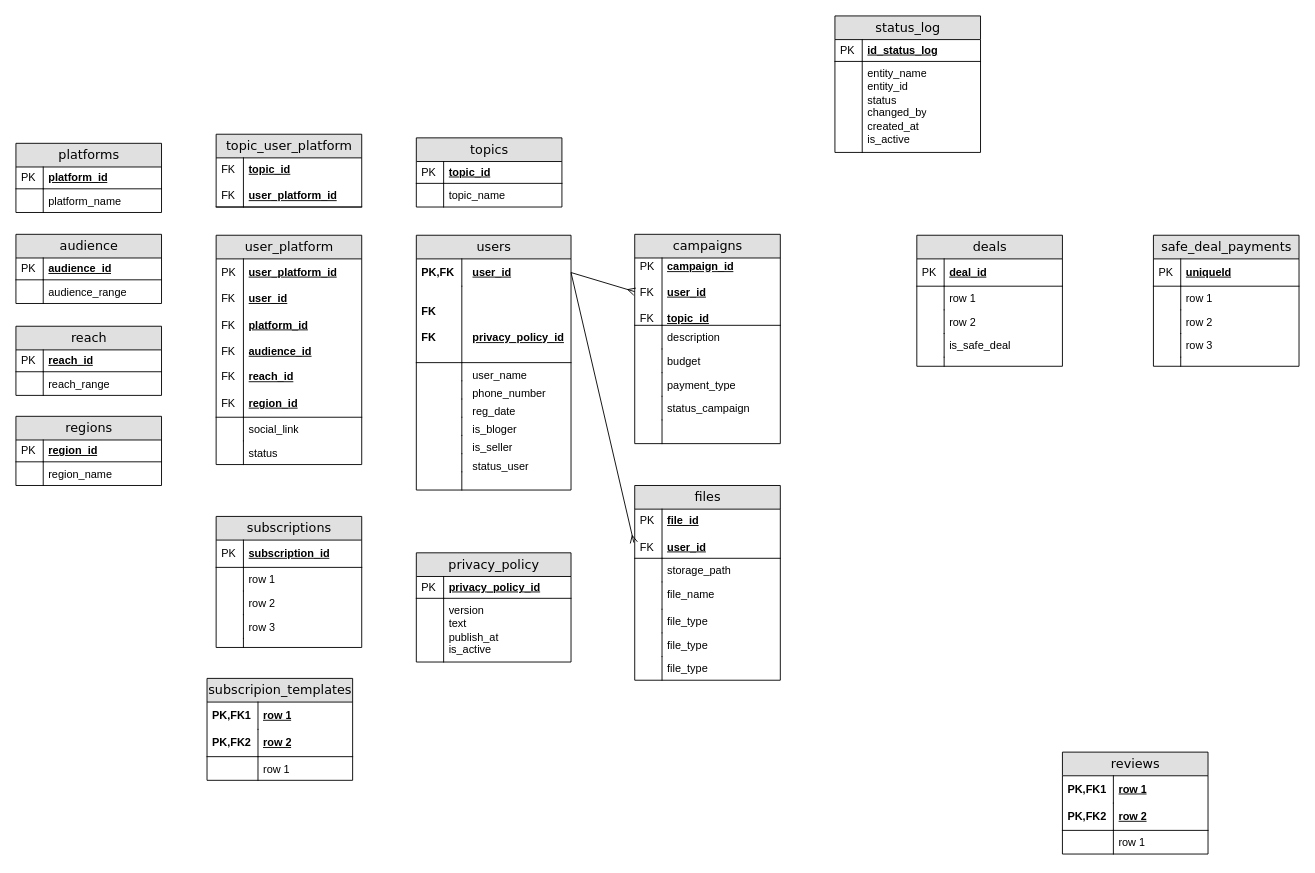
Before: diagrams/erd.drawio.xml in NadezdaHope19/practice, a draw.io diagram. Source tidied: cells renumbered, new cells numbered last; positions are measured from the earlier drawing's top-left corner, leaving out a move shared by most shapes. Both pictures are drawn from the tidied source at 91%, with x=0, y=0 at pixel (15, 15).
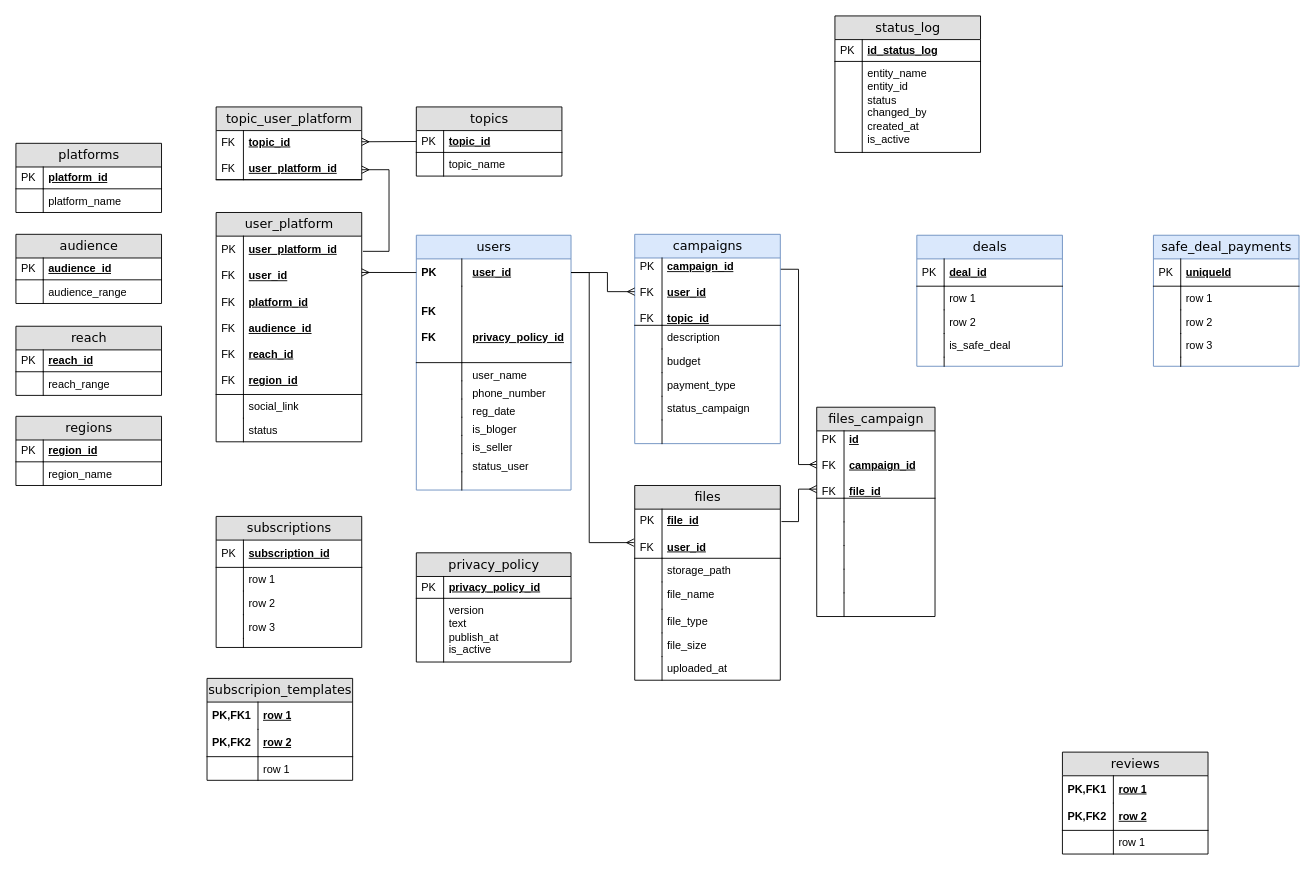
The same diagram, later.

Unchanged cells that the change refers to:
```xml
<mxCell id="3" value="user_id" style="shape=partialRectangle;top=0;left=0;right=0;bottom=0;html=1;align=left;verticalAlign=middle;fillColor=none;spacingLeft=60;spacingRight=4;whiteSpace=wrap;overflow=hidden;points=[[0,0.5],[1,0.5]];portConstraint=eastwest;fontStyle=5;" parent="2" vertex="1">
  <mxGeometry y="26" width="170" height="30" as="geometry" />
</mxCell>
<mxCell id="22" value="campaign_id&lt;div&gt;&lt;br&gt;&lt;/div&gt;&lt;div&gt;user_id&lt;/div&gt;&lt;div&gt;&lt;br&gt;&lt;/div&gt;&lt;div&gt;topic_id&lt;/div&gt;" style="shape=partialRectangle;top=0;left=0;right=0;bottom=1;html=1;align=left;verticalAlign=middle;fillColor=none;spacingLeft=34;spacingRight=4;whiteSpace=wrap;overflow=hidden;points=[[0,0.5],[1,0.5]];portConstraint=eastwest;fontStyle=5;" parent="21" vertex="1">
  <mxGeometry y="26" width="160" height="74" as="geometry" />
</mxCell>
<mxCell id="81" value="files" style="swimlane;html=1;fontStyle=0;horizontal=1;startSize=26;fillColor=#e0e0e0;swimlaneFillColor=#ffffff;align=center;rounded=0;shadow=0;comic=0;labelBackgroundColor=none;strokeWidth=1;fontFamily=Verdana;fontSize=14;" parent="1" vertex="1">
  <mxGeometry x="680" y="516" width="160" height="214" as="geometry" />
</mxCell>
<mxCell id="82" value="file_id&lt;div&gt;&lt;br&gt;&lt;/div&gt;&lt;div&gt;user_id&lt;/div&gt;" style="shape=partialRectangle;top=0;left=0;right=0;bottom=1;html=1;align=left;verticalAlign=middle;fillColor=none;spacingLeft=34;spacingRight=4;whiteSpace=wrap;overflow=hidden;points=[[0,0.5],[1,0.5]];portConstraint=eastwest;fontStyle=5;" parent="81" vertex="1">
  <mxGeometry y="26" width="160" height="54" as="geometry" />
</mxCell>
<mxCell id="97" value="topic_id" style="shape=partialRectangle;top=0;left=0;right=0;bottom=1;html=1;align=left;verticalAlign=middle;fillColor=none;spacingLeft=34;spacingRight=4;whiteSpace=wrap;overflow=hidden;points=[[0,0.5],[1,0.5]];portConstraint=eastwest;fontStyle=5;" parent="96" vertex="1">
  <mxGeometry y="26" width="160" height="24" as="geometry" />
</mxCell>
<mxCell id="107" value="&lt;div&gt;&lt;span style=&quot;background-color: transparent; color: light-dark(rgb(0, 0, 0), rgb(255, 255, 255));&quot;&gt;user_platform_id&lt;/span&gt;&lt;/div&gt;&lt;div&gt;&lt;br&gt;&lt;/div&gt;user_id&lt;div&gt;&lt;br&gt;&lt;div&gt;platform_id&lt;/div&gt;&lt;/div&gt;&lt;div&gt;&lt;br&gt;&lt;/div&gt;&lt;div&gt;audience_id&lt;/div&gt;&lt;div&gt;&lt;br&gt;&lt;/div&gt;&lt;div&gt;reach_id&lt;/div&gt;&lt;div&gt;&lt;br&gt;&lt;/div&gt;&lt;div&gt;region_id&lt;/div&gt;" style="shape=partialRectangle;top=0;left=0;right=0;bottom=1;html=1;align=left;verticalAlign=middle;fillColor=none;spacingLeft=34;spacingRight=4;whiteSpace=wrap;overflow=hidden;points=[[0,0.5],[1,0.5]];portConstraint=eastwest;fontStyle=5;" parent="106" vertex="1">
  <mxGeometry y="26" width="160" height="174" as="geometry" />
</mxCell>
```

The edit, as a diff of the source:
```diff
@@
-    <mxCell id="2" value="users" style="swimlane;html=1;fontStyle=0;horizontal=1;startSize=26;fillColor=#e0e0e0;swimlaneFillColor=#ffffff;align=center;rounded=0;shadow=0;comic=0;labelBackgroundColor=none;strokeWidth=1;fontFamily=Verdana;fontSize=14;" parent="1" vertex="1">
+    <mxCell id="2" value="users" style="swimlane;html=1;fontStyle=0;horizontal=1;startSize=26;fillColor=#dae8fc;swimlaneFillColor=#ffffff;align=center;rounded=0;shadow=0;comic=0;labelBackgroundColor=none;strokeWidth=1;fontFamily=Verdana;fontSize=14;strokeColor=#6c8ebf;" parent="1" vertex="1">
       <mxGeometry x="440" y="241" width="170" height="280" as="geometry" />
     </mxCell>
@@
-    <mxCell id="4" value="PK,FK" style="shape=partialRectangle;fontStyle=1;top=0;left=0;bottom=0;html=1;fillColor=none;align=left;verticalAlign=middle;spacingLeft=4;spacingRight=4;whiteSpace=wrap;overflow=hidden;" parent="3" vertex="1">
+    <mxCell id="4" value="PK" style="shape=partialRectangle;fontStyle=1;top=0;left=0;bottom=0;html=1;fillColor=none;align=left;verticalAlign=middle;spacingLeft=4;spacingRight=4;whiteSpace=wrap;overflow=hidden;" parent="3" vertex="1">
       <mxGeometry width="50" height="30" as="geometry" />
     </mxCell>
@@
+    <mxCell id="141" style="edgeStyle=none;rounded=0;jettySize=auto;html=1;exitX=0.994;exitY=0.167;exitDx=0;exitDy=0;entryX=0;entryY=0.5;entryDx=0;entryDy=0;endArrow=ERmany;endFill=0;exitPerimeter=0;" parent="1" edge="1" source="22" target="143">
+      <mxGeometry relative="1" as="geometry">
+        <Array as="points">
+          <mxPoint x="860" y="278.4" />
+          <mxPoint x="860" y="493" />
+        </Array>
+      </mxGeometry>
+    </mxCell>
-    <mxCell id="21" value="campaigns" style="swimlane;html=1;fontStyle=0;horizontal=1;startSize=26;fillColor=#e0e0e0;swimlaneFillColor=#ffffff;align=center;rounded=0;shadow=0;comic=0;labelBackgroundColor=none;strokeWidth=1;fontFamily=Verdana;fontSize=14;swimlaneLine=1;" parent="1" vertex="1">
+    <mxCell id="21" value="campaigns" style="swimlane;html=1;fontStyle=0;horizontal=1;startSize=26;fillColor=#dae8fc;swimlaneFillColor=#ffffff;align=center;rounded=0;shadow=0;comic=0;labelBackgroundColor=none;strokeWidth=1;fontFamily=Verdana;fontSize=14;swimlaneLine=1;strokeColor=#6c8ebf;" parent="1" vertex="1">
       <mxGeometry x="680" y="240" width="160" height="230" as="geometry" />
     </mxCell>
@@
-    <mxCell id="34" value="safe_deal_payments" style="swimlane;html=1;fontStyle=0;horizontal=1;startSize=26;fillColor=#e0e0e0;swimlaneFillColor=#ffffff;align=center;rounded=0;shadow=0;comic=0;labelBackgroundColor=none;strokeWidth=1;fontFamily=Verdana;fontSize=14;" parent="1" vertex="1">
+    <mxCell id="34" value="safe_deal_payments" style="swimlane;html=1;fontStyle=0;horizontal=1;startSize=26;fillColor=#dae8fc;swimlaneFillColor=#ffffff;align=center;rounded=0;shadow=0;comic=0;labelBackgroundColor=none;strokeWidth=1;fontFamily=Verdana;fontSize=14;strokeColor=#6c8ebf;" parent="1" vertex="1">
       <mxGeometry x="1250" y="241" width="160" height="144" as="geometry" />
     </mxCell>
@@
-    <mxCell id="70" value="deals" style="swimlane;html=1;fontStyle=0;horizontal=1;startSize=26;fillColor=#e0e0e0;swimlaneFillColor=#ffffff;align=center;rounded=0;shadow=0;comic=0;labelBackgroundColor=none;strokeWidth=1;fontFamily=Verdana;fontSize=14;" parent="1" vertex="1">
+    <mxCell id="70" value="deals" style="swimlane;html=1;fontStyle=0;horizontal=1;startSize=26;fillColor=#dae8fc;swimlaneFillColor=#ffffff;align=center;rounded=0;shadow=0;comic=0;labelBackgroundColor=none;strokeWidth=1;fontFamily=Verdana;fontSize=14;strokeColor=#6c8ebf;" parent="1" vertex="1">
       <mxGeometry x="990" y="241" width="160" height="144" as="geometry" />
     </mxCell>
@@
-    <mxCell id="90" value="file_type" style="shape=partialRectangle;top=0;left=0;right=0;bottom=0;html=1;align=left;verticalAlign=top;fillColor=none;spacingLeft=34;spacingRight=4;whiteSpace=wrap;overflow=hidden;" parent="81" vertex="1">
+    <mxCell id="90" value="file_size" style="shape=partialRectangle;top=0;left=0;right=0;bottom=0;html=1;align=left;verticalAlign=top;fillColor=none;spacingLeft=34;spacingRight=4;whiteSpace=wrap;overflow=hidden;" parent="81" vertex="1">
       <mxGeometry y="162" width="160" height="26" as="geometry" />
     </mxCell>
@@
-    <mxCell id="92" value="file_type" style="shape=partialRectangle;top=0;left=0;right=0;bottom=0;html=1;align=left;verticalAlign=top;fillColor=none;spacingLeft=34;spacingRight=4;whiteSpace=wrap;overflow=hidden;" parent="81" vertex="1">
+    <mxCell id="92" value="uploaded_at" style="shape=partialRectangle;top=0;left=0;right=0;bottom=0;html=1;align=left;verticalAlign=top;fillColor=none;spacingLeft=34;spacingRight=4;whiteSpace=wrap;overflow=hidden;" parent="81" vertex="1">
       <mxGeometry y="188" width="160" height="26" as="geometry" />
     </mxCell>
@@
     <mxCell id="94" style="edgeStyle=none;rounded=0;jettySize=auto;html=1;exitX=-0.006;exitY=0.681;exitDx=0;exitDy=0;entryX=1;entryY=0.5;entryDx=0;entryDy=0;endArrow=none;endFill=0;startArrow=ERmany;startFill=0;exitPerimeter=0;" parent="1" edge="1" source="82" target="3">
-      <mxGeometry relative="1" as="geometry" />
+      <mxGeometry relative="1" as="geometry">
+        <Array as="points">
+          <mxPoint x="630" y="578.8" />
+          <mxPoint x="630" y="282" />
+        </Array>
+      </mxGeometry>
     </mxCell>
     <mxCell id="95" style="edgeStyle=none;rounded=0;jettySize=auto;html=1;exitX=1;exitY=0.5;exitDx=0;exitDy=0;entryX=0;entryY=0.5;entryDx=0;entryDy=0;endArrow=ERmany;endFill=0;startArrow=none;startFill=0;" parent="1" edge="1" source="3" target="22">
-      <mxGeometry relative="1" as="geometry" />
+      <mxGeometry relative="1" as="geometry">
+        <Array as="points">
+          <mxPoint x="650" y="282" />
+          <mxPoint x="650" y="303" />
+        </Array>
+      </mxGeometry>
     </mxCell>
     <mxCell id="96" value="topics" style="swimlane;html=1;fontStyle=0;horizontal=1;startSize=26;fillColor=#e0e0e0;swimlaneFillColor=#ffffff;align=center;rounded=0;shadow=0;comic=0;labelBackgroundColor=none;strokeWidth=1;fontFamily=Verdana;fontSize=14;swimlaneLine=1;" parent="1" vertex="1">
-      <mxGeometry x="440" y="134" width="160" height="76" as="geometry" />
+      <mxGeometry x="440" y="100" width="160" height="76" as="geometry" />
     </mxCell>
@@
     <mxCell id="106" value="user_platform" style="swimlane;html=1;fontStyle=0;horizontal=1;startSize=26;fillColor=#e0e0e0;swimlaneFillColor=#ffffff;align=center;rounded=0;shadow=0;comic=0;labelBackgroundColor=none;strokeWidth=1;fontFamily=Verdana;fontSize=14;" parent="1" vertex="1">
-      <mxGeometry x="220" y="241" width="160" height="252" as="geometry" />
+      <mxGeometry x="220" y="216" width="160" height="252" as="geometry" />
     </mxCell>
@@
     <mxCell id="128" value="topic_user_platform" style="swimlane;html=1;fontStyle=0;horizontal=1;startSize=26;fillColor=#e0e0e0;swimlaneFillColor=#ffffff;align=center;rounded=0;shadow=0;comic=0;labelBackgroundColor=none;strokeWidth=1;fontFamily=Verdana;fontSize=14;swimlaneLine=1;" parent="1" vertex="1">
-      <mxGeometry x="220" y="130" width="160" height="80" as="geometry" />
+      <mxGeometry x="220" y="100" width="160" height="80" as="geometry" />
     </mxCell>
@@
+    <mxCell id="142" value="files_campaign" style="swimlane;html=1;fontStyle=0;horizontal=1;startSize=26;fillColor=#e0e0e0;swimlaneFillColor=#ffffff;align=center;rounded=0;shadow=0;comic=0;labelBackgroundColor=none;strokeWidth=1;fontFamily=Verdana;fontSize=14;swimlaneLine=1;" parent="1" vertex="1">
+      <mxGeometry x="880" y="430" width="130" height="230" as="geometry" />
+    </mxCell>
+    <mxCell id="143" value="id&lt;div&gt;&lt;br&gt;&lt;/div&gt;&lt;div&gt;campaign_id&lt;/div&gt;&lt;div&gt;&lt;br&gt;&lt;/div&gt;&lt;div&gt;file_id&lt;/div&gt;" style="shape=partialRectangle;top=0;left=0;right=0;bottom=1;html=1;align=left;verticalAlign=middle;fillColor=none;spacingLeft=34;spacingRight=4;whiteSpace=wrap;overflow=hidden;points=[[0,0.5],[1,0.5]];portConstraint=eastwest;fontStyle=5;" parent="142" vertex="1">
+      <mxGeometry y="26" width="130" height="74" as="geometry" />
+    </mxCell>
+    <mxCell id="144" value="PK&lt;div&gt;&lt;br&gt;&lt;/div&gt;&lt;div&gt;FK&lt;/div&gt;&lt;div&gt;&lt;br&gt;&lt;/div&gt;&lt;div&gt;FK&lt;/div&gt;" style="shape=partialRectangle;top=0;left=0;bottom=0;html=1;fillColor=none;align=left;verticalAlign=middle;spacingLeft=4;spacingRight=4;whiteSpace=wrap;overflow=hidden;" parent="143" vertex="1">
+      <mxGeometry width="30" height="74" as="geometry" />
+    </mxCell>
+    <mxCell id="145" style="shape=partialRectangle;top=0;left=0;right=0;bottom=0;html=1;align=left;verticalAlign=top;fillColor=none;spacingLeft=34;spacingRight=4;whiteSpace=wrap;overflow=hidden;" parent="142" vertex="1">
+      <mxGeometry y="100" width="130" height="26" as="geometry" />
+    </mxCell>
+    <mxCell id="146" style="shape=partialRectangle;top=0;left=0;bottom=0;html=1;fillColor=none;align=left;verticalAlign=top;spacingLeft=4;spacingRight=4;whiteSpace=wrap;overflow=hidden;" parent="145" vertex="1">
+      <mxGeometry width="30" height="26" as="geometry" />
+    </mxCell>
+    <mxCell id="147" style="shape=partialRectangle;top=0;left=0;right=0;bottom=0;html=1;align=left;verticalAlign=top;fillColor=none;spacingLeft=34;spacingRight=4;whiteSpace=wrap;overflow=hidden;" parent="142" vertex="1">
+      <mxGeometry y="126" width="130" height="26" as="geometry" />
+    </mxCell>
+    <mxCell id="148" style="shape=partialRectangle;top=0;left=0;bottom=0;html=1;fillColor=none;align=left;verticalAlign=top;spacingLeft=4;spacingRight=4;whiteSpace=wrap;overflow=hidden;" parent="147" vertex="1">
+      <mxGeometry width="30" height="26" as="geometry" />
+    </mxCell>
+    <mxCell id="149" style="shape=partialRectangle;top=0;left=0;right=0;bottom=0;html=1;align=left;verticalAlign=top;fillColor=none;spacingLeft=34;spacingRight=4;whiteSpace=wrap;overflow=hidden;" parent="142" vertex="1">
+      <mxGeometry y="152" width="130" height="26" as="geometry" />
+    </mxCell>
+    <mxCell id="150" style="shape=partialRectangle;top=0;left=0;bottom=0;html=1;fillColor=none;align=left;verticalAlign=top;spacingLeft=4;spacingRight=4;whiteSpace=wrap;overflow=hidden;" parent="149" vertex="1">
+      <mxGeometry width="30" height="26" as="geometry" />
+    </mxCell>
+    <mxCell id="151" style="shape=partialRectangle;top=0;left=0;right=0;bottom=0;html=1;align=left;verticalAlign=top;fillColor=none;spacingLeft=34;spacingRight=4;whiteSpace=wrap;overflow=hidden;" parent="142" vertex="1">
+      <mxGeometry y="178" width="130" height="26" as="geometry" />
+    </mxCell>
+    <mxCell id="152" style="shape=partialRectangle;top=0;left=0;bottom=0;html=1;fillColor=none;align=left;verticalAlign=top;spacingLeft=4;spacingRight=4;whiteSpace=wrap;overflow=hidden;" parent="151" vertex="1">
+      <mxGeometry width="30" height="26" as="geometry" />
+    </mxCell>
+    <mxCell id="153" style="shape=partialRectangle;top=0;left=0;right=0;bottom=0;html=1;align=left;verticalAlign=top;fillColor=none;spacingLeft=34;spacingRight=4;whiteSpace=wrap;overflow=hidden;" parent="142" vertex="1">
+      <mxGeometry y="204" width="130" height="26" as="geometry" />
+    </mxCell>
+    <mxCell id="154" style="shape=partialRectangle;top=0;left=0;bottom=0;html=1;fillColor=none;align=left;verticalAlign=top;spacingLeft=4;spacingRight=4;whiteSpace=wrap;overflow=hidden;" parent="153" vertex="1">
+      <mxGeometry width="30" height="26" as="geometry" />
+    </mxCell>
+    <mxCell id="155" style="edgeStyle=none;rounded=0;jettySize=auto;html=1;exitX=1.008;exitY=0.253;exitDx=0;exitDy=0;exitPerimeter=0;endArrow=ERmany;endFill=0;" parent="1" edge="1" source="82">
+      <mxGeometry relative="1" as="geometry">
+        <mxPoint x="880" y="520" as="targetPoint" />
+        <Array as="points">
+          <mxPoint x="860" y="555.7" />
+          <mxPoint x="860" y="520" />
+        </Array>
+      </mxGeometry>
+    </mxCell>
+    <mxCell id="156" style="edgeStyle=none;rounded=0;jettySize=auto;html=1;exitX=0;exitY=0.5;exitDx=0;exitDy=0;endArrow=ERmany;endFill=0;" parent="1" edge="1" source="3">
+      <mxGeometry relative="1" as="geometry">
+        <mxPoint x="380" y="281.9" as="targetPoint" />
+      </mxGeometry>
+    </mxCell>
+    <mxCell id="157" style="edgeStyle=none;rounded=0;jettySize=auto;html=1;exitX=0;exitY=0.5;exitDx=0;exitDy=0;endArrow=ERmany;endFill=0;" parent="1" edge="1" source="97">
+      <mxGeometry relative="1" as="geometry">
+        <mxPoint x="380" y="138.3" as="targetPoint" />
+      </mxGeometry>
+    </mxCell>
+    <mxCell id="158" style="edgeStyle=none;rounded=0;jettySize=auto;html=1;exitX=1.008;exitY=0.096;exitDx=0;exitDy=0;exitPerimeter=0;endArrow=ERmany;endFill=0;" parent="1" edge="1" source="107">
+      <mxGeometry relative="1" as="geometry">
+        <mxPoint x="380" y="169" as="targetPoint" />
+        <Array as="points">
+          <mxPoint x="410" y="258.7" />
+          <mxPoint x="410" y="169" />
+        </Array>
+      </mxGeometry>
+    </mxCell>
```
